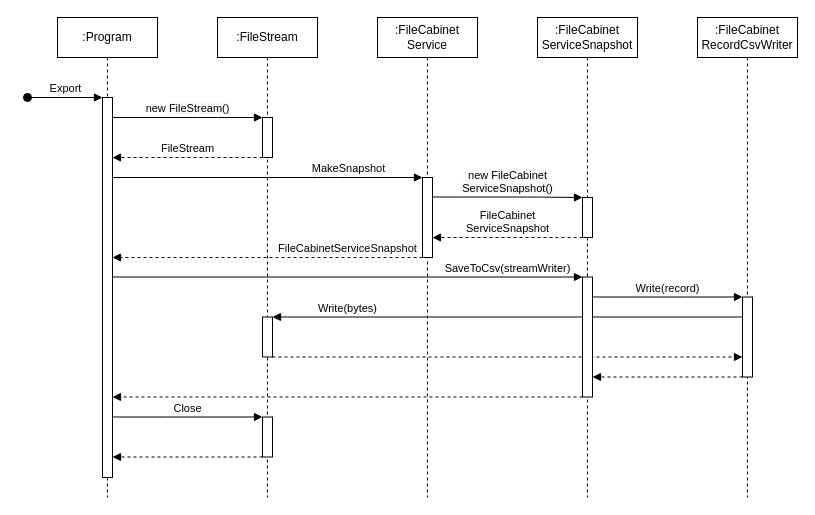
Above: page "Export - Sequence" (6 of 20) of drawings.drawio in epam-dotnet-lab/file-cabinet-task (draw.io), before the change. Source tidied: cells renumbered, new cells numbered last; positions are measured from the earlier drawing's top-left corner, leaving out a move shared by most shapes. Both pictures are drawn from the tidied source at 100%, with x=0, y=0 at pixel (27, 17).
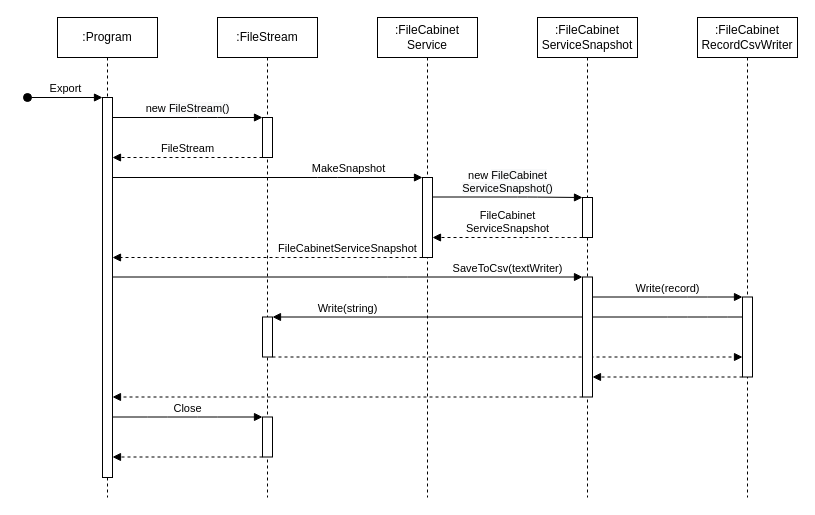
After the change.

Commit message (it also covers changes not shown here):
Replace minor issues in step06-export-csv-sequence.png.

The change refers to these unchanged cells:
```xml
<mxCell id="9" style="html=1;points=[];perimeter=orthogonalPerimeter;strokeColor=#000000;fillColor=#ffffff;" parent="6" vertex="1">
  <mxGeometry x="45" y="299.5" width="10" height="40" as="geometry" />
</mxCell>
<mxCell id="16" style="html=1;points=[];perimeter=orthogonalPerimeter;strokeColor=#000000;fillColor=#ffffff;" parent="15" vertex="1">
  <mxGeometry x="45" y="259.5" width="10" height="120" as="geometry" />
</mxCell>
<mxCell id="22" style="html=1;points=[];perimeter=orthogonalPerimeter;strokeColor=#000000;fillColor=#ffffff;" parent="21" vertex="1">
  <mxGeometry x="45" y="279.5" width="10" height="80" as="geometry" />
</mxCell>
```

What changed in the source:
```diff
@@
-    <mxCell id="3" value="Write(bytes)" style="html=1;verticalAlign=bottom;endArrow=block;" parent="1" edge="1" source="22" target="9">
+    <mxCell id="3" value="Write(string)" style="html=1;verticalAlign=bottom;endArrow=block;" parent="1" edge="1" source="22" target="9">
       <mxGeometry x="0.68" relative="1" as="geometry">
         <Array as="points">
           <mxPoint x="690" y="299.5" />
           <mxPoint x="650" y="299.5" />
         </Array>
       </mxGeometry>
     </mxCell>
@@
-    <mxCell id="20" value="SaveToCsv(streamWriter)" style="html=1;verticalAlign=bottom;endArrow=block;" parent="1" edge="1" target="16">
+    <mxCell id="20" value="SaveToCsv(textWriter)" style="html=1;verticalAlign=bottom;endArrow=block;" parent="1" edge="1" target="16">
       <mxGeometry x="0.68" relative="1" as="geometry">
         <mxPoint x="85" y="259.5" as="sourcePoint" />
         <Array as="points">
           <mxPoint x="370" y="259.5" />
         </Array>
       </mxGeometry>
     </mxCell>
```
